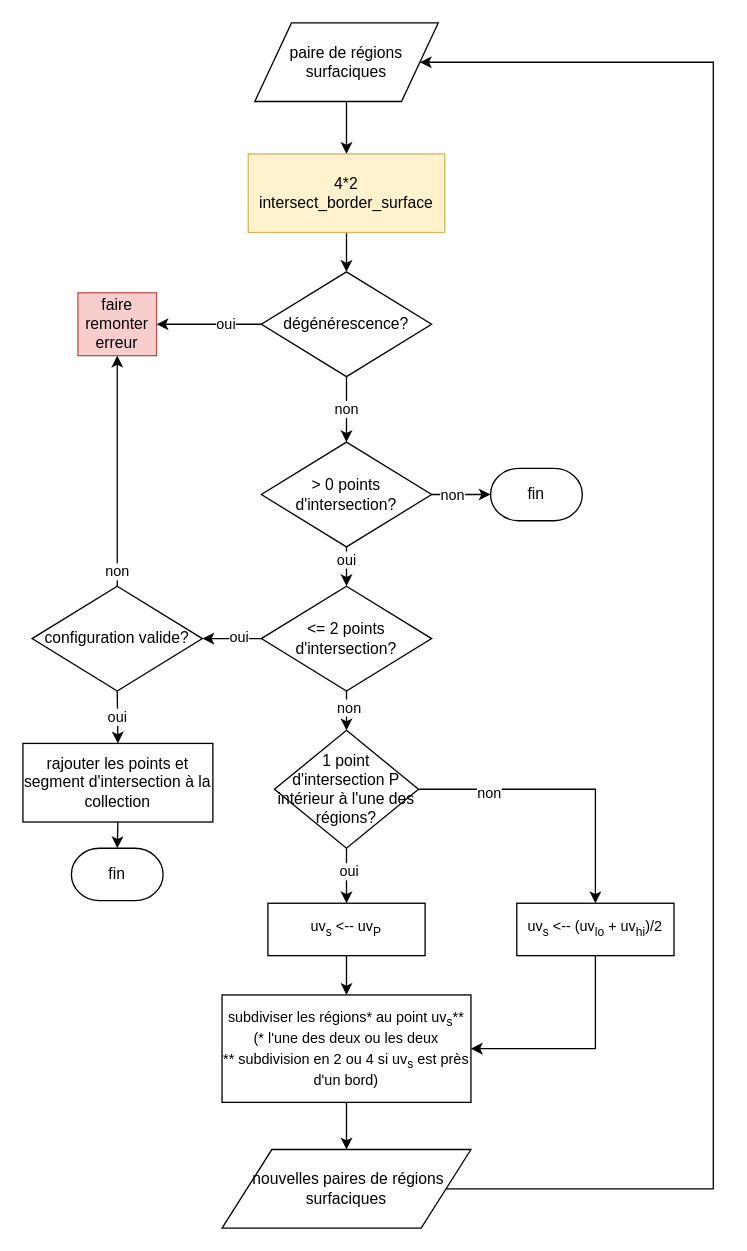
The draw.io diagram page "intersect_simple_surfaces" (7 of 8) of mindmap.drawio in BastienAndrieu/These, before the edit. Source tidied: cells renumbered, new cells numbered last; positions are measured from the earlier drawing's top-left corner, leaving out a move shared by most shapes. Both pictures are drawn from the tidied source at 131%, with x=0, y=0 at pixel (22, 22).
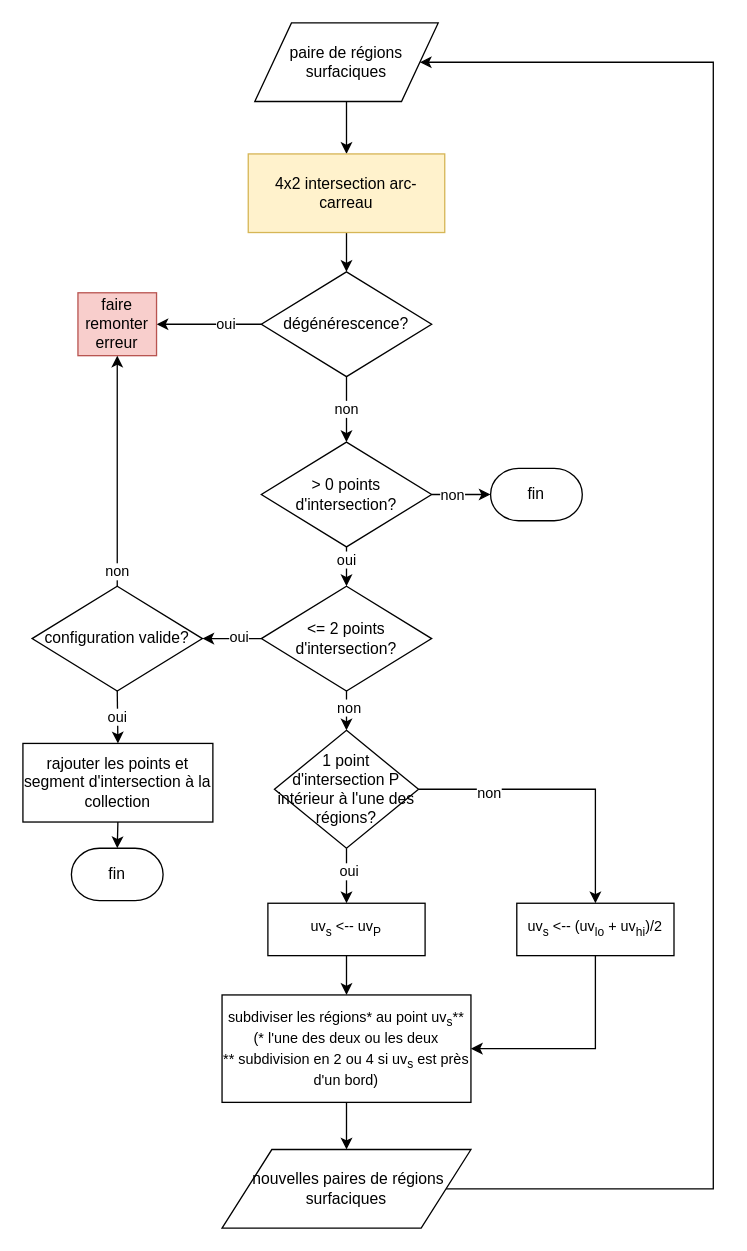
The same page after the edit.

The edit, as a diff of the source:
```diff
@@
-    <mxCell id="5" value="4*2 intersect_border_surface" style="rounded=0;whiteSpace=wrap;html=1;fillColor=#fff2cc;strokeColor=#d6b656;" parent="1" vertex="1">
+    <mxCell id="5" value="4x2 intersection arc-carreau" style="rounded=0;whiteSpace=wrap;html=1;fillColor=#fff2cc;strokeColor=#d6b656;" parent="1" vertex="1">
       <mxGeometry x="172" y="100" width="150" height="60" as="geometry" />
     </mxCell>
```
